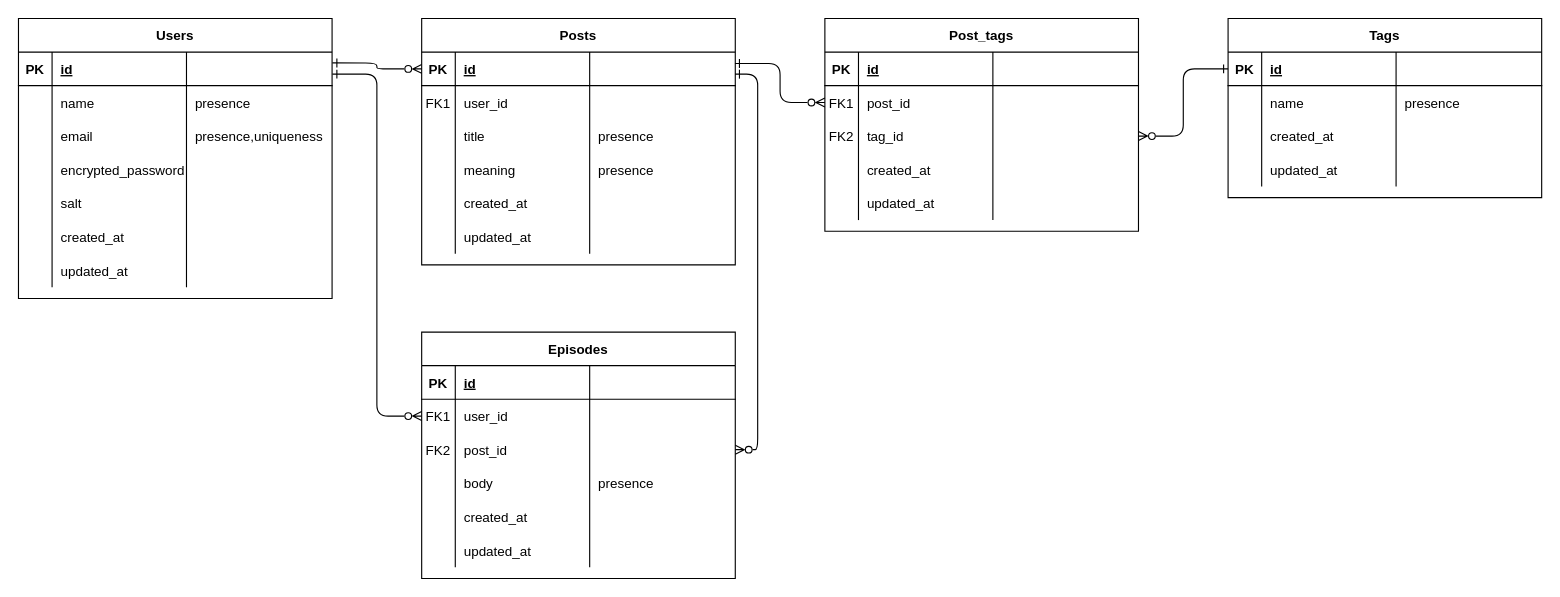
Before: page "Page-1" (1 of 2) of Group1_ER図.drawio in RUNTEQ-62-GROUP-DEVELOPMENT/Group1, a draw.io diagram. Source tidied: cells renumbered, new cells numbered last; positions are measured from the earlier drawing's top-left corner, leaving out a move shared by most shapes. Both pictures are drawn from the tidied source at 112%, with x=0, y=0 at pixel (18, 18).
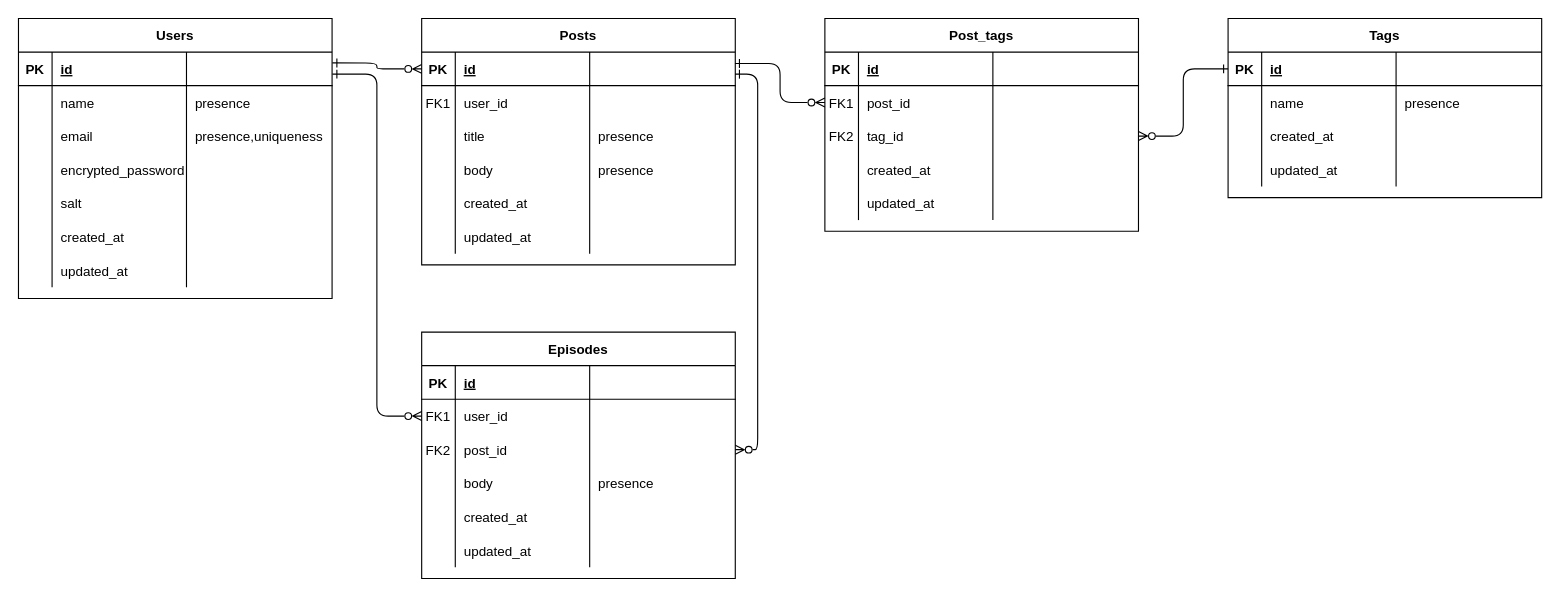
Above is the later version.

Commit message:
Group1_ER図.drawio を更新します

Unchanged cells that the change refers to:
```xml
<mxCell id="44" style="shape=partialRectangle;fillColor=none;top=0;left=0;right=0;bottom=0;" parent="31" vertex="1">
  <mxGeometry y="120" width="280" height="30" as="geometry" />
</mxCell>
```

Change to the diagram source:
```diff
@@
-    <mxCell id="46" value="meaning" style="shape=partialRectangle;overflow=hidden;fillColor=none;top=0;left=0;bottom=0;right=0;align=left;spacingLeft=6;" parent="44" vertex="1">
+    <mxCell id="46" value="body" style="shape=partialRectangle;overflow=hidden;fillColor=none;top=0;left=0;bottom=0;right=0;align=left;spacingLeft=6;" parent="44" vertex="1">
       <mxGeometry x="30" width="120" height="30" as="geometry" />
     </mxCell>
```
